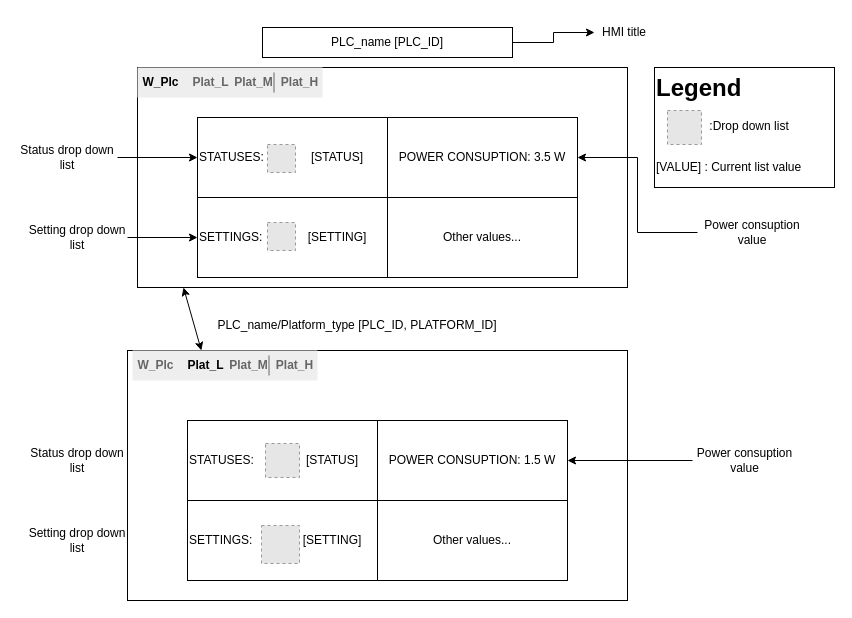
The draw.io diagram DrawioDiagrams/plcHMI.drawio in IoT4Env/UrbanMining, before the edit. Source tidied: cells renumbered, new cells numbered last; positions are measured from the earlier drawing's top-left corner, leaving out a move shared by most shapes. Both pictures are drawn from the tidied source at 100%, with x=0, y=0 at pixel (17, 17). Pictures stored in the file or linked from it are replaced by grey dashed boxes.
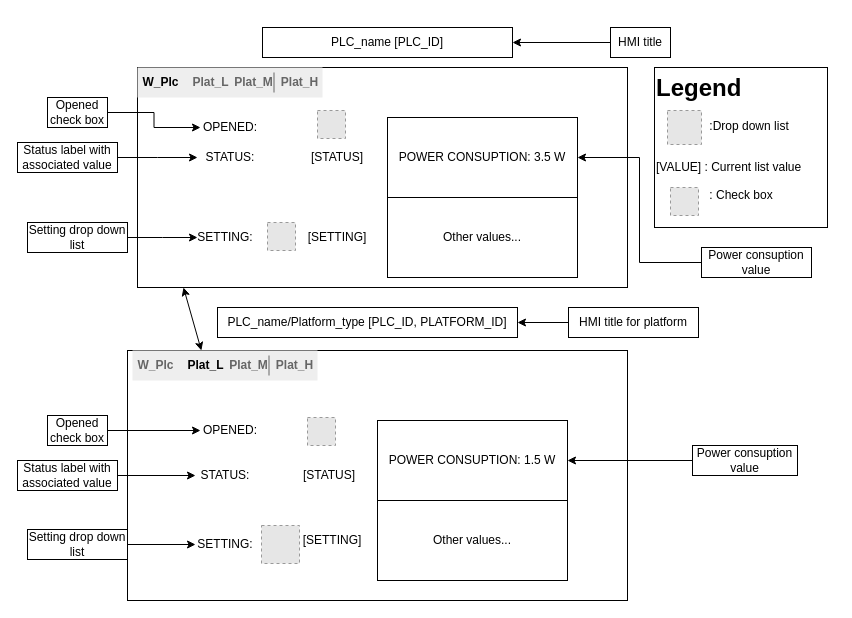
The same diagram, later.

The change refers to these unchanged cells:
```xml
<mxCell id="5" value="PLC_name [PLC_ID]" style="text;html=1;align=center;verticalAlign=middle;whiteSpace=wrap;rounded=0;strokeColor=default;" parent="1" vertex="1">
  <mxGeometry x="245" y="10" width="250" height="30" as="geometry" />
</mxCell>
```

Change to the diagram source:
```diff
@@
-    <mxCell id="4" style="edgeStyle=orthogonalEdgeStyle;rounded=0;jettySize=auto;html=1;entryX=0;entryY=0.5;entryDx=0;entryDy=0;" parent="1" edge="1" source="5" target="38">
-      <mxGeometry relative="1" as="geometry" />
-    </mxCell>
@@
-    <mxCell id="6" value="&lt;div align=&quot;left&quot;&gt;STATUSES:&lt;/div&gt;" style="rounded=0;whiteSpace=wrap;html=1;align=left;" parent="1" vertex="1">
-      <mxGeometry x="180" y="100" width="190" height="80" as="geometry" />
-    </mxCell>
@@
-    <mxCell id="8" value="&lt;div align=&quot;left&quot;&gt;SETTINGS:&lt;br&gt;&lt;/div&gt;" style="rounded=0;whiteSpace=wrap;html=1;align=left;" parent="1" vertex="1">
-      <mxGeometry x="180" y="180" width="190" height="80" as="geometry" />
-    </mxCell>
@@
-    <mxCell id="11" value="&lt;div align=&quot;left&quot;&gt;STATUSES:&lt;/div&gt;" style="rounded=0;whiteSpace=wrap;html=1;align=left;" parent="1" vertex="1">
-      <mxGeometry x="170" y="403" width="190" height="80" as="geometry" />
-    </mxCell>
@@
-    <mxCell id="13" value="&lt;div align=&quot;left&quot;&gt;SETTINGS:&lt;br&gt;&lt;/div&gt;" style="rounded=0;whiteSpace=wrap;html=1;align=left;" parent="1" vertex="1">
-      <mxGeometry x="170" y="483" width="190" height="80" as="geometry" />
-    </mxCell>
@@
-    <mxCell id="15" value="PLC_name/Platform_type [PLC_ID, PLATFORM_ID]" style="text;html=1;align=center;verticalAlign=middle;whiteSpace=wrap;rounded=0;" parent="1" vertex="1">
-      <mxGeometry x="110" y="293" width="460" height="30" as="geometry" />
+    <mxCell id="15" value="PLC_name/Platform_type [PLC_ID, PLATFORM_ID]" style="text;html=1;align=center;verticalAlign=middle;whiteSpace=wrap;rounded=0;strokeColor=default;" parent="1" vertex="1">
+      <mxGeometry x="200" y="290" width="300" height="30" as="geometry" />
     </mxCell>
-    <mxCell id="16" value="&lt;h1 style=&quot;margin-top: 0px;&quot;&gt;Legend&lt;/h1&gt;&lt;p&gt;&lt;span style=&quot;white-space: pre;&quot;&gt;&#9;&lt;/span&gt;&lt;span style=&quot;white-space: pre;&quot;&gt;&#9;&lt;/span&gt;:Drop down list&lt;/p&gt;&lt;div&gt;&lt;br&gt;&lt;/div&gt;&lt;div&gt;[VALUE] : Current list value&lt;/div&gt;" style="text;html=1;whiteSpace=wrap;overflow=hidden;rounded=0;strokeColor=default;" parent="1" vertex="1">
-      <mxGeometry x="637" y="50" width="180" height="120" as="geometry" />
+    <mxCell id="16" value="&lt;h1 style=&quot;margin-top: 0px;&quot;&gt;Legend&lt;/h1&gt;&lt;p&gt;&lt;span style=&quot;white-space: pre;&quot;&gt;&#9;&lt;/span&gt;&lt;span style=&quot;white-space: pre;&quot;&gt;&#9;&lt;/span&gt;:Drop down list&lt;/p&gt;&lt;div&gt;&lt;br&gt;&lt;/div&gt;&lt;div&gt;[VALUE] : Current list value&lt;/div&gt;&lt;div&gt;&lt;br&gt;&lt;/div&gt;&lt;div&gt;&lt;span style=&quot;white-space: pre;&quot;&gt;&#9;&lt;/span&gt;&lt;span style=&quot;white-space: pre;&quot;&gt;&#9;&lt;/span&gt;: Check box&lt;/div&gt;" style="text;html=1;whiteSpace=wrap;overflow=hidden;rounded=0;strokeColor=default;" parent="1" vertex="1">
+      <mxGeometry x="637" y="50" width="173" height="160" as="geometry" />
     </mxCell>
-    <mxCell id="17" style="fillColor=#E6E6E6;strokeColor=#999999;dashed=1;html=1;verticalAlign=top;verticalLabelPosition=bottom;labelBackgroundColor=#ffffff;" parent="1" vertex="1">
-      <mxGeometry x="250" y="127" width="28" height="28" as="geometry" />
-    </mxCell>
@@
-    <mxCell id="21" style="fillColor=#E6E6E6;strokeColor=#999999;dashed=1;html=1;verticalAlign=top;verticalLabelPosition=bottom;labelBackgroundColor=#ffffff;" parent="1" vertex="1">
-      <mxGeometry x="248" y="426" width="34" height="34" as="geometry" />
-    </mxCell>
     <mxCell id="22" value="[STATUS]" style="text;html=1;align=center;verticalAlign=middle;whiteSpace=wrap;rounded=0;" parent="1" vertex="1">
-      <mxGeometry x="285" y="428" width="60" height="30" as="geometry" />
+      <mxGeometry x="282" y="443" width="60" height="30" as="geometry" />
     </mxCell>
@@
+    <mxCell id="49" style="edgeStyle=orthogonalEdgeStyle;rounded=0;jettySize=auto;html=1;entryX=1;entryY=0.5;entryDx=0;entryDy=0;" parent="1" edge="1" source="38" target="5">
+      <mxGeometry relative="1" as="geometry" />
+    </mxCell>
-    <mxCell id="38" value="HMI title" style="text;html=1;align=center;verticalAlign=middle;whiteSpace=wrap;rounded=0;" parent="1" vertex="1">
-      <mxGeometry x="577" width="60" height="30" as="geometry" />
+    <mxCell id="38" value="HMI title" style="text;html=1;align=center;verticalAlign=middle;whiteSpace=wrap;rounded=0;strokeColor=default;" parent="1" vertex="1">
+      <mxGeometry x="593" y="10" width="60" height="30" as="geometry" />
     </mxCell>
-    <mxCell id="39" style="edgeStyle=orthogonalEdgeStyle;rounded=0;jettySize=auto;html=1;entryX=0;entryY=0.5;entryDx=0;entryDy=0;" parent="1" edge="1" source="40" target="6">
-      <mxGeometry relative="1" as="geometry" />
+    <mxCell id="39" style="edgeStyle=orthogonalEdgeStyle;rounded=0;jettySize=auto;html=1;entryX=0;entryY=0.5;entryDx=0;entryDy=0;" parent="1" edge="1" source="40">
+      <mxGeometry relative="1" as="geometry">
+        <mxPoint x="180" y="140" as="targetPoint" />
+      </mxGeometry>
     </mxCell>
-    <mxCell id="40" value="Status drop down list" style="text;html=1;align=center;verticalAlign=middle;whiteSpace=wrap;rounded=0;" parent="1" vertex="1">
+    <mxCell id="40" value="Status label with associated value" style="text;html=1;align=center;verticalAlign=middle;whiteSpace=wrap;rounded=0;strokeColor=default;" parent="1" vertex="1">
       <mxGeometry y="125" width="100" height="30" as="geometry" />
     </mxCell>
-    <mxCell id="41" style="edgeStyle=orthogonalEdgeStyle;rounded=0;jettySize=auto;html=1;entryX=0;entryY=0.5;entryDx=0;entryDy=0;" parent="1" edge="1" source="42" target="8">
-      <mxGeometry relative="1" as="geometry" />
+    <mxCell id="41" style="edgeStyle=orthogonalEdgeStyle;rounded=0;jettySize=auto;html=1;entryX=0;entryY=0.5;entryDx=0;entryDy=0;" parent="1" edge="1" source="42">
+      <mxGeometry relative="1" as="geometry">
+        <mxPoint x="180" y="220" as="targetPoint" />
+      </mxGeometry>
     </mxCell>
-    <mxCell id="42" value="Setting drop down list" style="text;html=1;align=center;verticalAlign=middle;whiteSpace=wrap;rounded=0;" parent="1" vertex="1">
+    <mxCell id="42" value="Setting drop down list" style="text;html=1;align=center;verticalAlign=middle;whiteSpace=wrap;rounded=0;strokeColor=default;" parent="1" vertex="1">
       <mxGeometry x="10" y="205" width="100" height="30" as="geometry" />
     </mxCell>
+    <mxCell id="50" style="edgeStyle=orthogonalEdgeStyle;rounded=0;jettySize=auto;html=1;entryX=0;entryY=0.5;entryDx=0;entryDy=0;" parent="1" edge="1" source="43" target="54">
+      <mxGeometry relative="1" as="geometry" />
+    </mxCell>
-    <mxCell id="43" value="Status drop down list" style="text;html=1;align=center;verticalAlign=middle;whiteSpace=wrap;rounded=0;" parent="1" vertex="1">
-      <mxGeometry x="10" y="428" width="100" height="30" as="geometry" />
+    <mxCell id="43" value="Status label with associated value" style="text;html=1;align=center;verticalAlign=middle;whiteSpace=wrap;rounded=0;strokeColor=default;" parent="1" vertex="1">
+      <mxGeometry y="443" width="100" height="30" as="geometry" />
     </mxCell>
+    <mxCell id="51" style="edgeStyle=orthogonalEdgeStyle;rounded=0;jettySize=auto;html=1;entryX=0;entryY=0.5;entryDx=0;entryDy=0;" parent="1" edge="1" source="44" target="55">
+      <mxGeometry relative="1" as="geometry" />
+    </mxCell>
-    <mxCell id="44" value="Setting drop down list" style="text;html=1;align=center;verticalAlign=middle;whiteSpace=wrap;rounded=0;" parent="1" vertex="1">
-      <mxGeometry x="10" y="508" width="100" height="30" as="geometry" />
+    <mxCell id="44" value="Setting drop down list" style="text;html=1;align=center;verticalAlign=middle;whiteSpace=wrap;rounded=0;fillColor=none;strokeColor=default;" parent="1" vertex="1">
+      <mxGeometry x="10" y="512" width="100" height="30" as="geometry" />
     </mxCell>
@@
-    <mxCell id="46" value="Power consuption value" style="text;html=1;align=center;verticalAlign=middle;whiteSpace=wrap;rounded=0;" parent="1" vertex="1">
-      <mxGeometry x="680" y="200" width="110" height="30" as="geometry" />
+    <mxCell id="46" value="Power consuption value" style="text;html=1;align=center;verticalAlign=middle;whiteSpace=wrap;rounded=0;strokeColor=default;" parent="1" vertex="1">
+      <mxGeometry x="684" y="230" width="110" height="30" as="geometry" />
     </mxCell>
@@
-    <mxCell id="48" value="Power consuption value" style="text;html=1;align=center;verticalAlign=middle;whiteSpace=wrap;rounded=0;" parent="1" vertex="1">
+    <mxCell id="48" value="Power consuption value" style="text;html=1;align=center;verticalAlign=middle;whiteSpace=wrap;rounded=0;strokeColor=default;" parent="1" vertex="1">
       <mxGeometry x="675" y="428" width="105" height="30" as="geometry" />
     </mxCell>
+    <mxCell id="52" value="STATUS:" style="text;html=1;align=center;verticalAlign=middle;whiteSpace=wrap;rounded=0;" parent="1" vertex="1">
+      <mxGeometry x="182.5" y="125" width="60" height="30" as="geometry" />
+    </mxCell>
+    <mxCell id="53" value="SETTING:" style="text;html=1;align=center;verticalAlign=middle;whiteSpace=wrap;rounded=0;" parent="1" vertex="1">
+      <mxGeometry x="177.5" y="205" width="60" height="30" as="geometry" />
+    </mxCell>
+    <mxCell id="54" value="STATUS:" style="text;html=1;align=center;verticalAlign=middle;whiteSpace=wrap;rounded=0;" parent="1" vertex="1">
+      <mxGeometry x="178" y="443" width="60" height="30" as="geometry" />
+    </mxCell>
+    <mxCell id="55" value="SETTING:" style="text;html=1;align=center;verticalAlign=middle;whiteSpace=wrap;rounded=0;" parent="1" vertex="1">
+      <mxGeometry x="178" y="512" width="60" height="30" as="geometry" />
+    </mxCell>
+    <mxCell id="56" value="OPENED:" style="text;html=1;align=center;verticalAlign=middle;whiteSpace=wrap;rounded=0;" parent="1" vertex="1">
+      <mxGeometry x="183" y="95" width="60" height="30" as="geometry" />
+    </mxCell>
+    <mxCell id="57" style="fillColor=#E6E6E6;strokeColor=#999999;dashed=1;html=1;verticalAlign=top;verticalLabelPosition=bottom;labelBackgroundColor=#ffffff;" parent="1" vertex="1">
+      <mxGeometry x="300" y="93" width="28" height="28" as="geometry" />
+    </mxCell>
+    <mxCell id="58" style="edgeStyle=orthogonalEdgeStyle;rounded=0;jettySize=auto;html=1;entryX=0;entryY=0.5;entryDx=0;entryDy=0;" parent="1" edge="1" source="59" target="56">
+      <mxGeometry relative="1" as="geometry" />
+    </mxCell>
+    <mxCell id="59" value="Opened check box" style="text;html=1;align=center;verticalAlign=middle;whiteSpace=wrap;rounded=0;strokeColor=default;" parent="1" vertex="1">
+      <mxGeometry x="30" y="80" width="60" height="30" as="geometry" />
+    </mxCell>
+    <mxCell id="60" style="fillColor=#E6E6E6;strokeColor=#999999;dashed=1;html=1;verticalAlign=top;verticalLabelPosition=bottom;labelBackgroundColor=#ffffff;" parent="1" vertex="1">
+      <mxGeometry x="653" y="170" width="28" height="28" as="geometry" />
+    </mxCell>
+    <mxCell id="61" value="OPENED:" style="text;html=1;align=center;verticalAlign=middle;whiteSpace=wrap;rounded=0;" parent="1" vertex="1">
+      <mxGeometry x="183" y="398" width="60" height="30" as="geometry" />
+    </mxCell>
+    <mxCell id="62" style="fillColor=#E6E6E6;strokeColor=#999999;dashed=1;html=1;verticalAlign=top;verticalLabelPosition=bottom;labelBackgroundColor=#ffffff;" parent="1" vertex="1">
+      <mxGeometry x="290" y="400" width="28" height="28" as="geometry" />
+    </mxCell>
+    <mxCell id="63" style="edgeStyle=orthogonalEdgeStyle;rounded=0;jettySize=auto;html=1;entryX=0;entryY=0.5;entryDx=0;entryDy=0;" parent="1" edge="1" source="64" target="61">
+      <mxGeometry relative="1" as="geometry" />
+    </mxCell>
+    <mxCell id="64" value="Opened check box" style="text;html=1;align=center;verticalAlign=middle;whiteSpace=wrap;rounded=0;strokeColor=default;" parent="1" vertex="1">
+      <mxGeometry x="30" y="398" width="60" height="30" as="geometry" />
+    </mxCell>
+    <mxCell id="65" style="edgeStyle=orthogonalEdgeStyle;rounded=0;jettySize=auto;html=1;entryX=1;entryY=0.5;entryDx=0;entryDy=0;" parent="1" edge="1" source="66" target="15">
+      <mxGeometry relative="1" as="geometry" />
+    </mxCell>
+    <mxCell id="66" value="HMI title for platform" style="text;html=1;align=center;verticalAlign=middle;whiteSpace=wrap;rounded=0;fillColor=none;strokeColor=default;" parent="1" vertex="1">
+      <mxGeometry x="551" y="290" width="130" height="30" as="geometry" />
+    </mxCell>
```
